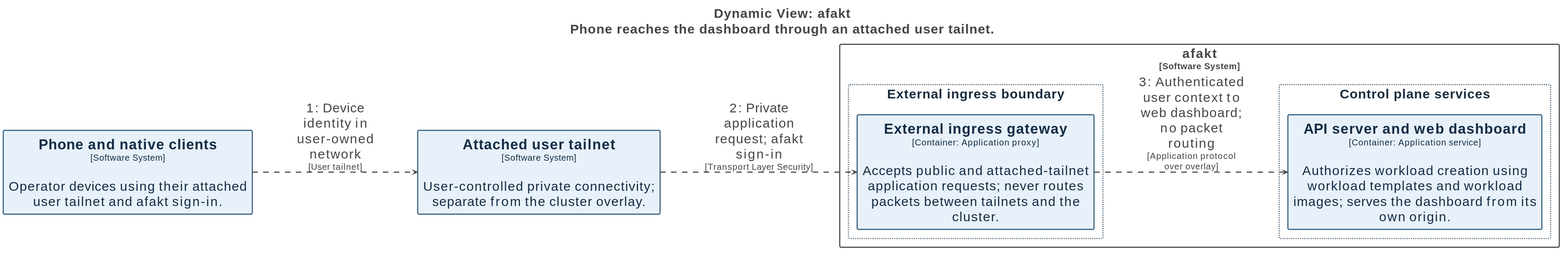
Before: docs/diagrams/structurizr-network-flow-phone.svg, a diagram exported from PlantUML (tbhb-dev/afakt). Its source is kept beside it as docs/diagrams/structurizr-network-flow-phone.puml.
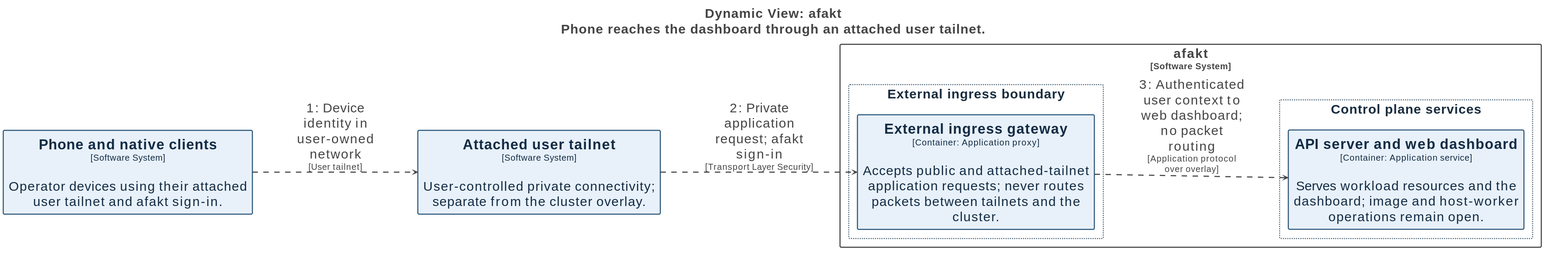
The same file after the commit.

Change to the diagram source:
```diff
@@ -75,7 +75,7 @@
 
 rectangle "afakt\n<size:16>[Software System]</size>" <<Boundary-YWZha3Q=>> {
   rectangle "Control plane services" <<Group-Q29udHJvbCBwbGFuZSBzZXJ2aWNlcw==>> as group16 {
-    rectangle "==API server and web dashboard\n<size:16>[Container: Application service]</size>\n\nAuthorizes workload creation using workload templates and workload images; serves the dashboard from its own origin." <<Element-RWxlbWVudCxUb3BvbG9neQ==>> as afakt.APIserverandwebdashboard
+    rectangle "==API server and web dashboard\n<size:16>[Container: Application service]</size>\n\nServes workload resources and the dashboard; image and host-worker operations remain open." <<Element-RWxlbWVudCxUb3BvbG9neQ==>> as afakt.APIserverandwebdashboard
   }
 
   rectangle "External ingress boundary" <<Group-RXh0ZXJuYWwgaW5ncmVzcyBib3VuZGFyeQ==>> as group17 {
```
